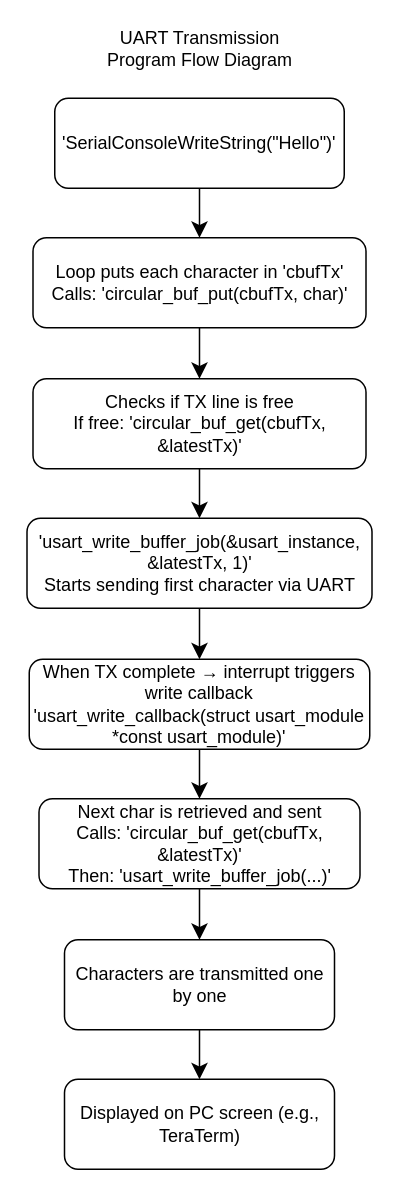
The draw.io diagram A07G_deliveries/A07G_2.8.drawio in ese5160/final-project-a07g-a14g-t05-fusion-maverick, before the edit. Source tidied: cells renumbered, new cells numbered last; positions are measured from the earlier drawing's top-left corner, leaving out a move shared by most shapes. Both pictures are drawn from the tidied source at 150%, with x=0, y=0 at pixel (27, 26).
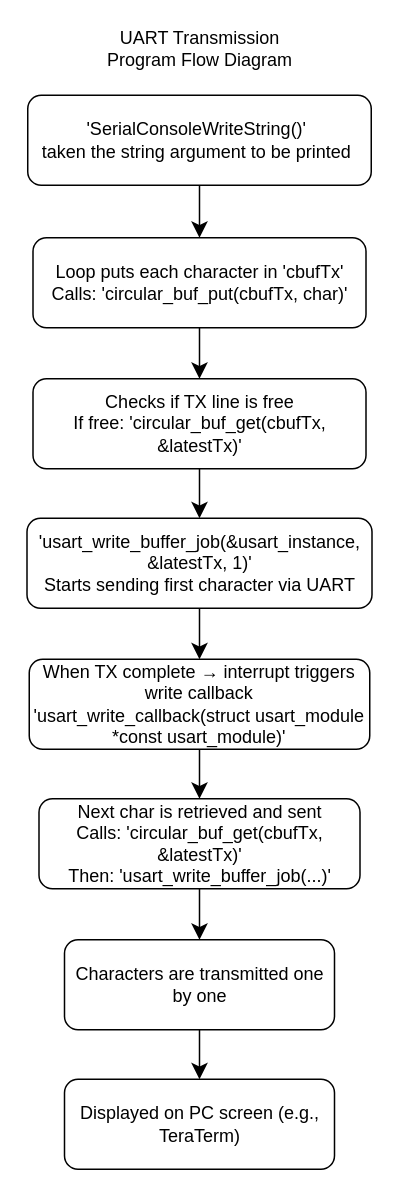
The same page after the edit.

Change to the diagram source:
```diff
@@
 <mxGraphModel>
   <root>
     <mxCell id="0" />
     <mxCell id="1" parent="0" />
     <mxCell id="2" style="edgeStyle=none;curved=1;rounded=0;jettySize=auto;html=1;fontSize=12;startSize=8;endSize=8;" parent="1" edge="1" source="3" target="6">
       <mxGeometry relative="1" as="geometry" />
     </mxCell>
-    <mxCell id="3" value="'SerialConsoleWriteString(&quot;Hello&quot;)'" style="rounded=1;whiteSpace=wrap;html=1;" parent="1" vertex="1">
-      <mxGeometry x="18" y="48" width="193" height="60" as="geometry" />
+    <mxCell id="3" value="'SerialConsoleWriteString()'&amp;nbsp;&lt;div&gt;taken the string argument to be printed&amp;nbsp;&lt;/div&gt;" style="rounded=1;whiteSpace=wrap;html=1;" parent="1" vertex="1">
+      <mxGeometry y="46" width="229" height="60" as="geometry" />
     </mxCell>
     <mxCell id="4" value="UART Transmission Program Flow Diagram" style="text;html=1;align=center;verticalAlign=middle;whiteSpace=wrap;rounded=0;" parent="1" vertex="1">
       <mxGeometry x="44.5" width="140" height="30" as="geometry" />
     </mxCell>
     <mxCell id="5" style="edgeStyle=none;curved=1;rounded=0;jettySize=auto;html=1;fontSize=12;startSize=8;endSize=8;" parent="1" edge="1" source="6" target="8">
       <mxGeometry relative="1" as="geometry" />
     </mxCell>
     <mxCell id="6" value="&lt;div&gt;Loop puts each character in 'cbufTx'&lt;/div&gt;&lt;div&gt;Calls: 'circular_buf_put(cbufTx, char)'&lt;/div&gt;" style="whiteSpace=wrap;html=1;rounded=1;" parent="1" vertex="1">
       <mxGeometry x="3.5" y="141" width="222" height="60" as="geometry" />
     </mxCell>
     <mxCell id="7" style="edgeStyle=none;curved=1;rounded=0;jettySize=auto;html=1;fontSize=12;startSize=8;endSize=8;" parent="1" edge="1" source="8" target="10">
       <mxGeometry relative="1" as="geometry" />
     </mxCell>
     <mxCell id="8" value="&lt;div&gt;Checks if TX line is free&lt;/div&gt;&lt;div&gt;If free: 'circular_buf_get(cbufTx, &amp;amp;latestTx)'&lt;/div&gt;" style="whiteSpace=wrap;html=1;rounded=1;" parent="1" vertex="1">
       <mxGeometry x="3.5" y="235" width="222" height="60" as="geometry" />
     </mxCell>
     <mxCell id="9" style="edgeStyle=none;curved=1;rounded=0;jettySize=auto;html=1;fontSize=12;startSize=8;endSize=8;" parent="1" edge="1" source="10" target="12">
       <mxGeometry relative="1" as="geometry" />
     </mxCell>
     <mxCell id="10" value="&lt;div&gt;'usart_write_buffer_job(&amp;amp;usart_instance, &amp;amp;latestTx, 1)'&lt;/div&gt;&lt;div&gt;Starts sending first character via UART&lt;/div&gt;" style="whiteSpace=wrap;html=1;rounded=1;" parent="1" vertex="1">
       <mxGeometry x="-0.5" y="328" width="230" height="60" as="geometry" />
     </mxCell>
     <mxCell id="11" style="edgeStyle=none;curved=1;rounded=0;jettySize=auto;html=1;fontSize=12;startSize=8;endSize=8;" parent="1" edge="1" source="12" target="14">
       <mxGeometry relative="1" as="geometry" />
     </mxCell>
     <mxCell id="12" value="&lt;div&gt;When TX complete → interrupt triggers write callback&lt;/div&gt;&lt;div&gt;'usart_write_callback(struct usart_module *const usart_module)'&lt;/div&gt;" style="whiteSpace=wrap;html=1;rounded=1;" parent="1" vertex="1">
       <mxGeometry x="1" y="422" width="227" height="60" as="geometry" />
     </mxCell>
     <mxCell id="13" style="edgeStyle=none;curved=1;rounded=0;jettySize=auto;html=1;fontSize=12;startSize=8;endSize=8;" parent="1" edge="1" source="14" target="16">
       <mxGeometry relative="1" as="geometry" />
     </mxCell>
     <mxCell id="14" value="&lt;div&gt;Next char is retrieved and sent&lt;/div&gt;&lt;div&gt;Calls: 'circular_buf_get(cbufTx, &amp;amp;latestTx)'&lt;/div&gt;&lt;div&gt;Then: 'usart_write_buffer_job(...)'&lt;/div&gt;" style="whiteSpace=wrap;html=1;rounded=1;" parent="1" vertex="1">
       <mxGeometry x="7.5" y="515" width="214" height="60" as="geometry" />
     </mxCell>
     <mxCell id="15" style="edgeStyle=none;curved=1;rounded=0;jettySize=auto;html=1;fontSize=12;startSize=8;endSize=8;" parent="1" edge="1" source="16" target="17">
       <mxGeometry relative="1" as="geometry" />
     </mxCell>
     <mxCell id="16" value="Characters are transmitted one by one" style="whiteSpace=wrap;html=1;rounded=1;" parent="1" vertex="1">
       <mxGeometry x="24.5" y="609" width="180" height="60" as="geometry" />
     </mxCell>
     <mxCell id="17" value="Displayed on PC screen (e.g., TeraTerm)" style="whiteSpace=wrap;html=1;rounded=1;" parent="1" vertex="1">
       <mxGeometry x="24.5" y="702" width="180" height="60" as="geometry" />
     </mxCell>
   </root>
 </mxGraphModel>
```
